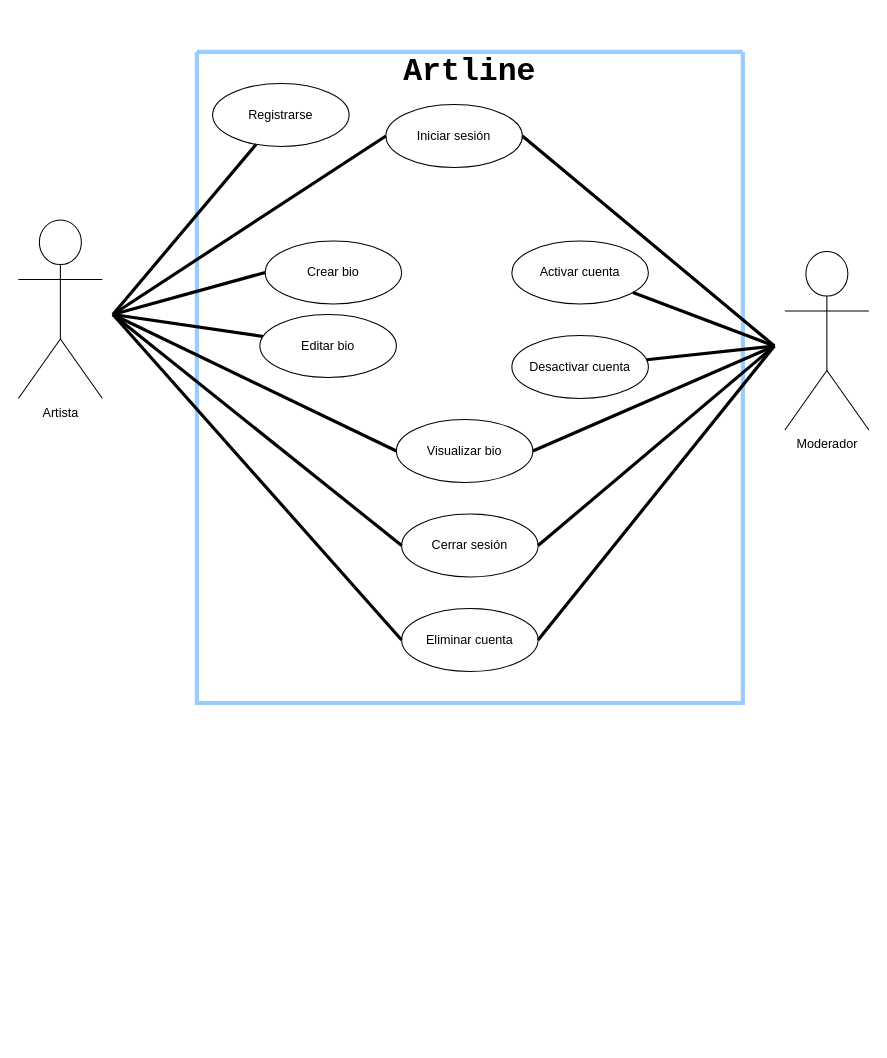
Above: Casos_de_Uso.drawio in luismtapia/Artline-API (draw.io), before the change. Source tidied: cells renumbered, new cells numbered last; positions are measured from the earlier drawing's top-left corner, leaving out a move shared by most shapes. Both pictures are drawn from the tidied source at 105%, with x=0, y=0 at pixel (18, 51).
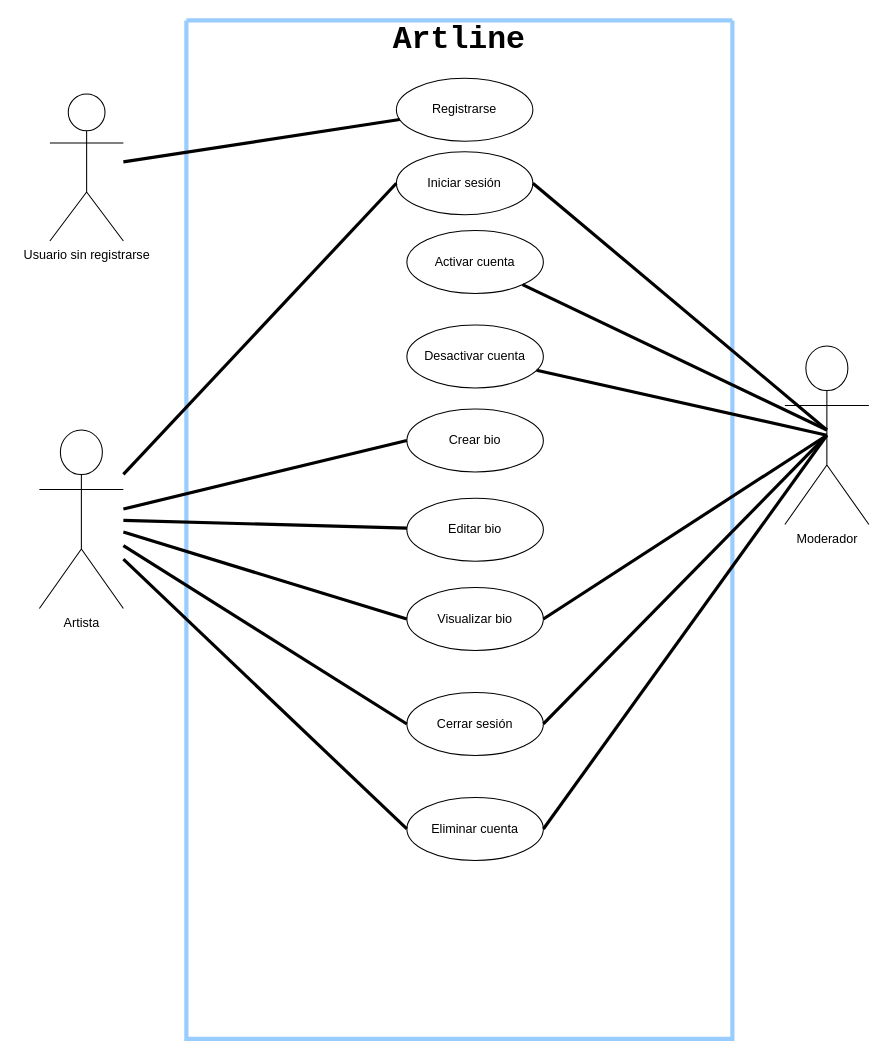
After the change.

What changed in the source:
```diff
@@
     <mxCell id="2" value="Artista" style="shape=umlActor;verticalLabelPosition=bottom;verticalAlign=top;html=1;outlineConnect=0;" parent="1" vertex="1">
-      <mxGeometry y="160" width="80" height="170" as="geometry" />
+      <mxGeometry x="20" y="360" width="80" height="170" as="geometry" />
     </mxCell>
     <mxCell id="3" style="swimlane;startSize=0;strokeWidth=4;fillColor=#99FFFF;strokeColor=#99CCFF;" parent="1" vertex="1">
-      <mxGeometry x="170" width="520" height="620" as="geometry" />
+      <mxGeometry x="160" y="-30" width="520" height="970" as="geometry" />
     </mxCell>
     <mxCell id="4" value="Registrarse" style="ellipse;whiteSpace=wrap;html=1;" parent="3" vertex="1">
-      <mxGeometry x="15" y="30" width="130" height="60" as="geometry" />
+      <mxGeometry x="200" y="55" width="130" height="60" as="geometry" />
     </mxCell>
     <mxCell id="5" value="Iniciar sesión" style="ellipse;whiteSpace=wrap;html=1;" parent="3" vertex="1">
-      <mxGeometry x="180" y="50" width="130" height="60" as="geometry" />
+      <mxGeometry x="200" y="125" width="130" height="60" as="geometry" />
     </mxCell>
     <mxCell id="6" value="Editar bio" style="ellipse;whiteSpace=wrap;html=1;" parent="3" vertex="1">
-      <mxGeometry x="60" y="250" width="130" height="60" as="geometry" />
+      <mxGeometry x="210" y="455" width="130" height="60" as="geometry" />
     </mxCell>
     <mxCell id="7" value="Cerrar sesión" style="ellipse;whiteSpace=wrap;html=1;" parent="3" vertex="1">
-      <mxGeometry x="195" y="440" width="130" height="60" as="geometry" />
+      <mxGeometry x="210" y="640" width="130" height="60" as="geometry" />
     </mxCell>
     <mxCell id="8" value="Eliminar cuenta" style="ellipse;whiteSpace=wrap;html=1;" parent="3" vertex="1">
-      <mxGeometry x="195" y="530" width="130" height="60" as="geometry" />
+      <mxGeometry x="210" y="740" width="130" height="60" as="geometry" />
     </mxCell>
     <mxCell id="9" value="Visualizar bio" style="ellipse;whiteSpace=wrap;html=1;" parent="3" vertex="1">
-      <mxGeometry x="190" y="350" width="130" height="60" as="geometry" />
+      <mxGeometry x="210" y="540" width="130" height="60" as="geometry" />
     </mxCell>
     <mxCell id="10" value="Activar cuenta" style="ellipse;whiteSpace=wrap;html=1;" parent="3" vertex="1">
-      <mxGeometry x="300" y="180" width="130" height="60" as="geometry" />
+      <mxGeometry x="210" y="200" width="130" height="60" as="geometry" />
     </mxCell>
     <mxCell id="11" value="Desactivar cuenta" style="ellipse;whiteSpace=wrap;html=1;" parent="3" vertex="1">
-      <mxGeometry x="300" y="270" width="130" height="60" as="geometry" />
+      <mxGeometry x="210" y="290" width="130" height="60" as="geometry" />
     </mxCell>
     <mxCell id="12" value="Crear bio" style="ellipse;whiteSpace=wrap;html=1;" parent="3" vertex="1">
-      <mxGeometry x="65" y="180" width="130" height="60" as="geometry" />
+      <mxGeometry x="210" y="370" width="130" height="60" as="geometry" />
     </mxCell>
@@
     <mxCell id="14" value="Moderador" style="shape=umlActor;verticalLabelPosition=bottom;verticalAlign=top;html=1;outlineConnect=0;" parent="1" vertex="1">
-      <mxGeometry x="730" y="190" width="80" height="170" as="geometry" />
+      <mxGeometry x="730" y="280" width="80" height="170" as="geometry" />
     </mxCell>
-    <mxCell id="15" style="rounded=0;jettySize=auto;html=1;exitX=0;exitY=0.5;exitDx=0;exitDy=0;endArrow=none;endFill=0;strokeWidth=3;" parent="1" edge="1" source="12">
-      <mxGeometry relative="1" as="geometry">
-        <mxPoint x="90" y="250" as="targetPoint" />
-      </mxGeometry>
+    <mxCell id="15" style="rounded=0;jettySize=auto;html=1;exitX=0;exitY=0.5;exitDx=0;exitDy=0;endArrow=none;endFill=0;strokeWidth=3;" parent="1" edge="1" source="12" target="2">
+      <mxGeometry relative="1" as="geometry" />
     </mxCell>
-    <mxCell id="16" style="rounded=0;jettySize=auto;html=1;exitX=0;exitY=0.5;exitDx=0;exitDy=0;endArrow=none;endFill=0;strokeWidth=3;" parent="1" edge="1" source="5">
-      <mxGeometry relative="1" as="geometry">
-        <mxPoint x="90" y="250" as="targetPoint" />
-      </mxGeometry>
+    <mxCell id="16" style="rounded=0;jettySize=auto;html=1;exitX=0;exitY=0.5;exitDx=0;exitDy=0;endArrow=none;endFill=0;strokeWidth=3;" parent="1" edge="1" source="5" target="2">
+      <mxGeometry relative="1" as="geometry" />
     </mxCell>
-    <mxCell id="17" style="rounded=0;jettySize=auto;html=1;endArrow=none;endFill=0;strokeWidth=3;" parent="1" edge="1" source="6">
-      <mxGeometry relative="1" as="geometry">
-        <mxPoint x="90" y="250" as="targetPoint" />
-      </mxGeometry>
+    <mxCell id="17" style="rounded=0;jettySize=auto;html=1;endArrow=none;endFill=0;strokeWidth=3;" parent="1" edge="1" source="6" target="2">
+      <mxGeometry relative="1" as="geometry" />
     </mxCell>
-    <mxCell id="18" style="rounded=0;jettySize=auto;html=1;exitX=0;exitY=0.5;exitDx=0;exitDy=0;endArrow=none;endFill=0;strokeWidth=3;" parent="1" edge="1" source="9">
-      <mxGeometry relative="1" as="geometry">
-        <mxPoint x="90" y="250" as="targetPoint" />
-      </mxGeometry>
+    <mxCell id="18" style="rounded=0;jettySize=auto;html=1;exitX=0;exitY=0.5;exitDx=0;exitDy=0;endArrow=none;endFill=0;strokeWidth=3;" parent="1" edge="1" source="9" target="2">
+      <mxGeometry relative="1" as="geometry" />
     </mxCell>
-    <mxCell id="19" style="rounded=0;jettySize=auto;html=1;exitX=0;exitY=0.5;exitDx=0;exitDy=0;endArrow=none;endFill=0;strokeWidth=3;" parent="1" edge="1" source="7">
-      <mxGeometry relative="1" as="geometry">
-        <mxPoint x="90" y="250" as="targetPoint" />
-      </mxGeometry>
+    <mxCell id="19" style="rounded=0;jettySize=auto;html=1;exitX=0;exitY=0.5;exitDx=0;exitDy=0;endArrow=none;endFill=0;strokeWidth=3;" parent="1" edge="1" source="7" target="2">
+      <mxGeometry relative="1" as="geometry" />
     </mxCell>
-    <mxCell id="20" style="rounded=0;jettySize=auto;html=1;endArrow=none;endFill=0;strokeWidth=3;exitX=0;exitY=0.5;exitDx=0;exitDy=0;" parent="1" edge="1" source="8">
-      <mxGeometry relative="1" as="geometry">
-        <mxPoint x="90" y="250" as="targetPoint" />
-      </mxGeometry>
+    <mxCell id="20" style="rounded=0;jettySize=auto;html=1;endArrow=none;endFill=0;strokeWidth=3;exitX=0;exitY=0.5;exitDx=0;exitDy=0;" parent="1" edge="1" source="8" target="2">
+      <mxGeometry relative="1" as="geometry" />
     </mxCell>
     <mxCell id="21" style="rounded=0;jettySize=auto;html=1;endArrow=none;endFill=0;strokeWidth=3;" parent="1" edge="1" source="10">
       <mxGeometry relative="1" as="geometry">
-        <mxPoint x="720" y="280" as="targetPoint" />
+        <mxPoint x="770" y="360" as="targetPoint" />
       </mxGeometry>
     </mxCell>
-    <mxCell id="22" style="rounded=0;jettySize=auto;html=1;exitX=1;exitY=0.5;exitDx=0;exitDy=0;endArrow=none;endFill=0;strokeWidth=3;" parent="1" edge="1" source="8">
-      <mxGeometry relative="1" as="geometry">
-        <mxPoint x="720" y="280" as="targetPoint" />
-      </mxGeometry>
+    <mxCell id="22" style="rounded=0;jettySize=auto;html=1;exitX=1;exitY=0.5;exitDx=0;exitDy=0;endArrow=none;endFill=0;strokeWidth=3;entryX=0.5;entryY=0.5;entryDx=0;entryDy=0;entryPerimeter=0;" parent="1" edge="1" source="8" target="14">
+      <mxGeometry relative="1" as="geometry" />
     </mxCell>
-    <mxCell id="23" style="rounded=0;jettySize=auto;html=1;endArrow=none;endFill=0;strokeWidth=3;" parent="1" edge="1" source="11">
-      <mxGeometry relative="1" as="geometry">
-        <mxPoint x="720" y="280" as="targetPoint" />
-      </mxGeometry>
+    <mxCell id="23" style="rounded=0;jettySize=auto;html=1;endArrow=none;endFill=0;strokeWidth=3;entryX=0.5;entryY=0.5;entryDx=0;entryDy=0;entryPerimeter=0;" parent="1" edge="1" source="11" target="14">
+      <mxGeometry relative="1" as="geometry" />
     </mxCell>
-    <mxCell id="24" style="rounded=0;jettySize=auto;html=1;exitX=1;exitY=0.5;exitDx=0;exitDy=0;endArrow=none;endFill=0;strokeWidth=3;" parent="1" edge="1" source="9">
-      <mxGeometry relative="1" as="geometry">
-        <mxPoint x="720" y="280" as="targetPoint" />
-      </mxGeometry>
+    <mxCell id="24" style="rounded=0;jettySize=auto;html=1;exitX=1;exitY=0.5;exitDx=0;exitDy=0;endArrow=none;endFill=0;strokeWidth=3;entryX=0.5;entryY=0.5;entryDx=0;entryDy=0;entryPerimeter=0;" parent="1" edge="1" source="9" target="14">
+      <mxGeometry relative="1" as="geometry" />
     </mxCell>
     <mxCell id="25" style="rounded=0;jettySize=auto;html=1;exitX=1;exitY=0.5;exitDx=0;exitDy=0;endArrow=none;endFill=0;strokeWidth=3;" parent="1" edge="1" source="5">
       <mxGeometry relative="1" as="geometry">
-        <mxPoint x="720" y="280" as="targetPoint" />
+        <mxPoint x="770" y="360" as="targetPoint" />
       </mxGeometry>
     </mxCell>
-    <mxCell id="26" style="rounded=0;jettySize=auto;html=1;exitX=1;exitY=0.5;exitDx=0;exitDy=0;endArrow=none;endFill=0;strokeWidth=3;" parent="1" edge="1" source="7">
-      <mxGeometry relative="1" as="geometry">
-        <mxPoint x="720" y="280" as="targetPoint" />
-      </mxGeometry>
+    <mxCell id="26" style="rounded=0;jettySize=auto;html=1;exitX=1;exitY=0.5;exitDx=0;exitDy=0;endArrow=none;endFill=0;strokeWidth=3;entryX=0.5;entryY=0.5;entryDx=0;entryDy=0;entryPerimeter=0;" parent="1" edge="1" source="7" target="14">
+      <mxGeometry relative="1" as="geometry" />
     </mxCell>
-    <mxCell id="27" style="rounded=0;jettySize=auto;html=1;endArrow=none;endFill=0;strokeWidth=3;" parent="1" edge="1" source="4">
-      <mxGeometry relative="1" as="geometry">
-        <mxPoint x="90" y="250" as="targetPoint" />
-      </mxGeometry>
+    <mxCell id="27" style="rounded=0;jettySize=auto;html=1;endArrow=none;endFill=0;strokeWidth=3;" parent="1" edge="1" source="4" target="28">
+      <mxGeometry relative="1" as="geometry" />
     </mxCell>
+    <mxCell id="28" value="Usuario sin registrarse&lt;br&gt;" style="shape=umlActor;verticalLabelPosition=bottom;verticalAlign=top;html=1;outlineConnect=0;" parent="1" vertex="1">
+      <mxGeometry x="30" y="40" width="70" height="140" as="geometry" />
+    </mxCell>
```
